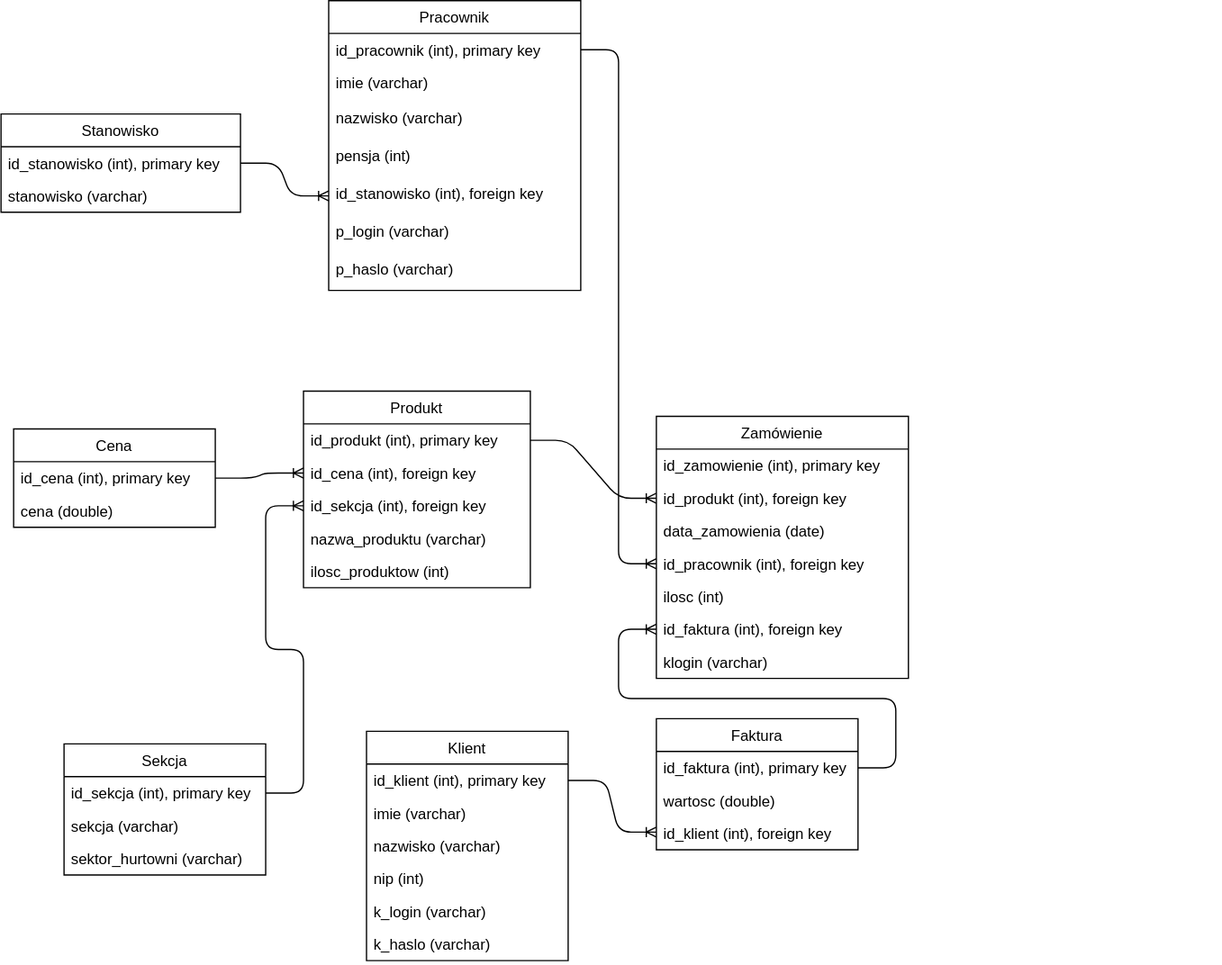
The draw.io diagram resources/projekt.svg in aleksos54/db2020-project-hurtownia-sp, before a commit. Source tidied: cells renumbered, new cells last; positions are measured from the earlier drawing's top-left corner, leaving out a move shared by most shapes.
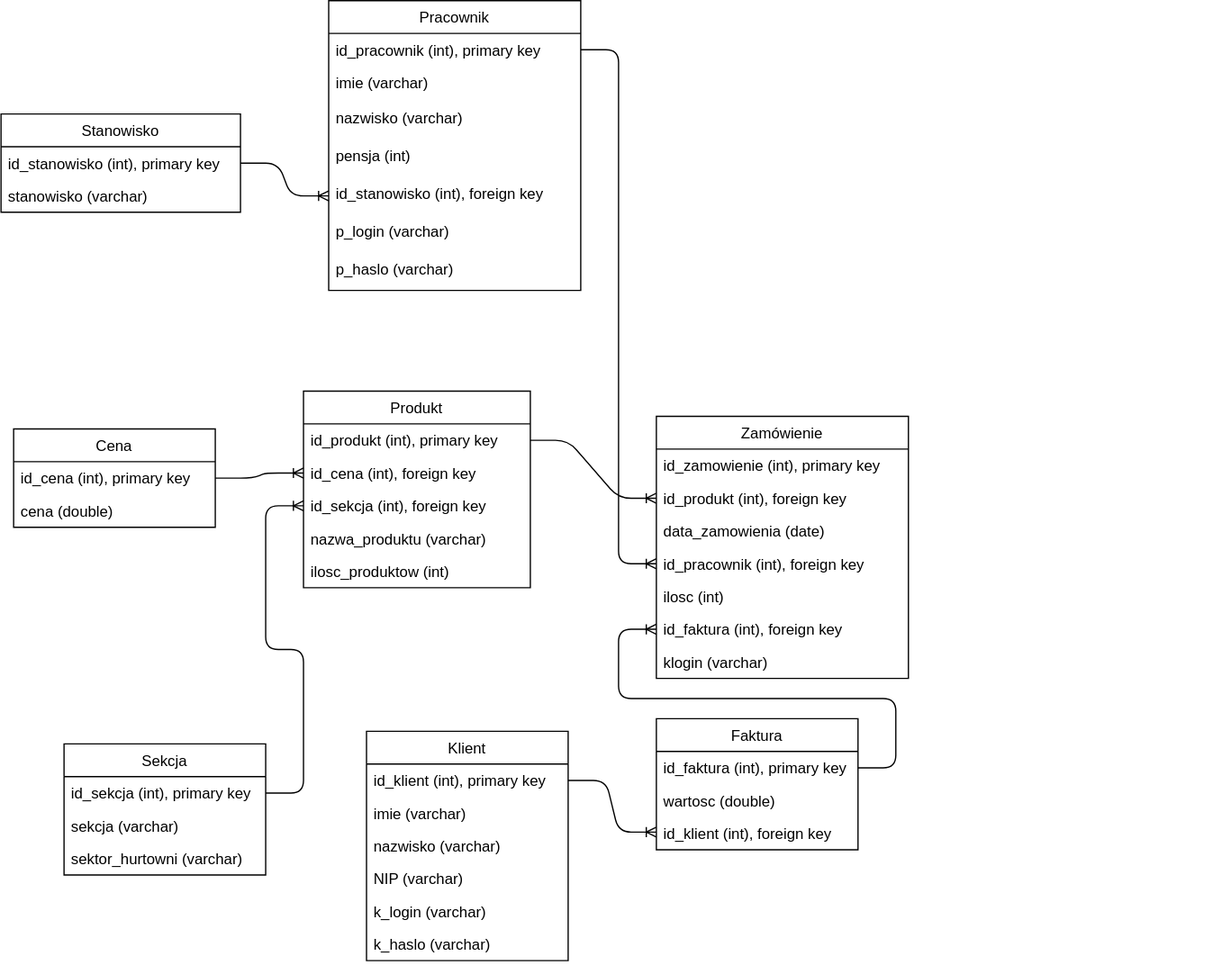
The same file after the commit.

Commit message:
aktualizacja schematu

What changed in the source:
```diff
@@ -118,7 +118,7 @@
     <mxCell id="38" value="nazwisko (varchar)" style="text;strokeColor=none;fillColor=none;align=left;verticalAlign=top;spacingLeft=4;spacingRight=4;overflow=hidden;" parent="35" vertex="1">
       <mxGeometry y="78" width="160" height="26" as="geometry" />
     </mxCell>
-    <mxCell id="39" value="nip (int)" style="text;strokeColor=none;fillColor=none;align=left;verticalAlign=top;spacingLeft=4;spacingRight=4;overflow=hidden;" parent="35" vertex="1">
+    <mxCell id="39" value="NIP (varchar)" style="text;strokeColor=none;fillColor=none;align=left;verticalAlign=top;spacingLeft=4;spacingRight=4;overflow=hidden;" parent="35" vertex="1">
       <mxGeometry y="104" width="160" height="26" as="geometry" />
     </mxCell>
     <mxCell id="40" value="k_login (varchar)" style="text;strokeColor=none;fillColor=none;align=left;verticalAlign=top;spacingLeft=4;spacingRight=4;overflow=hidden;" parent="35" vertex="1">
```
